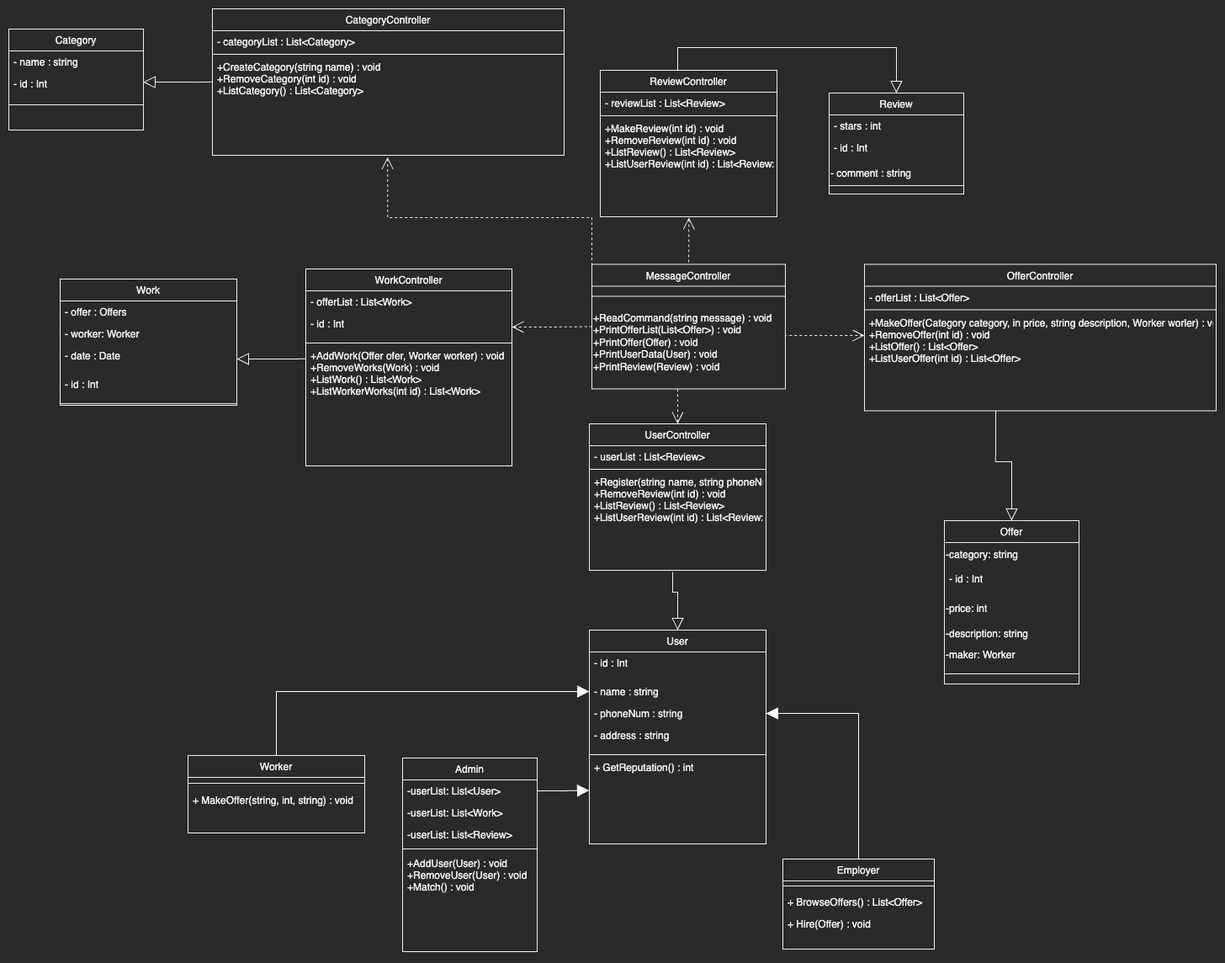
The draw.io diagram UML_Proyecto.png in FranciscoAlonsoE/Proyecto, before a commit. Source tidied: cells renumbered, new cells last; positions are measured from the earlier drawing's top-left corner, leaving out a move shared by most shapes.
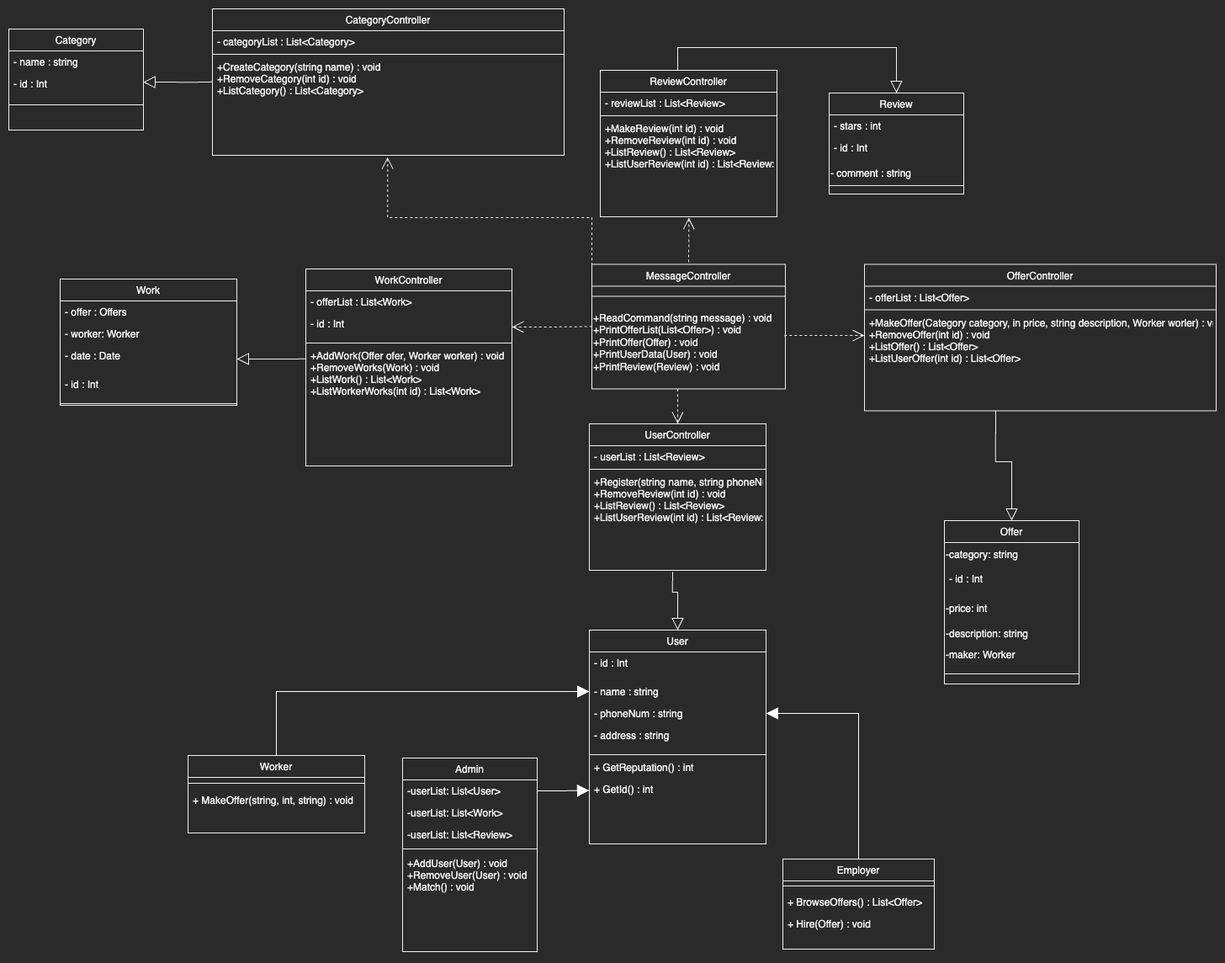
Later version of the same file.

Change to the diagram source:
```diff
@@ -23,6 +23,9 @@
     <mxCell id="8" value="+ GetReputation() : int" style="text;align=left;verticalAlign=top;spacingLeft=4;spacingRight=4;overflow=hidden;" parent="2" vertex="1">
       <mxGeometry y="150" width="210" height="26" as="geometry" />
     </mxCell>
+    <mxCell id="81" value="+ GetId() : int" style="text;align=left;verticalAlign=top;spacingLeft=4;spacingRight=4;overflow=hidden;" parent="2" vertex="1">
+      <mxGeometry y="176" width="210" height="26" as="geometry" />
+    </mxCell>
     <mxCell id="9" value="Employer" style="swimlane;fontStyle=0;align=center;verticalAlign=top;horizontal=1;startSize=26;rounded=0;shadow=0;strokeWidth=1;" parent="1" vertex="1">
       <mxGeometry x="920" y="1010" width="180" height="107" as="geometry" />
     </mxCell>
```
